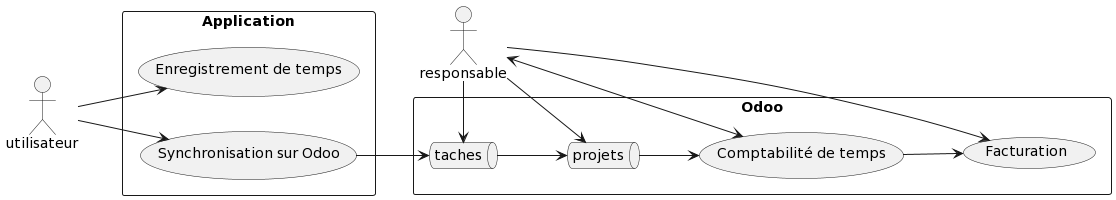
stephane-delire/SmartChrono-BC keeps this PlantUML diagram as Rapport/Documents/Assets/diagrammes/useCase.png. Above is the earlier version.
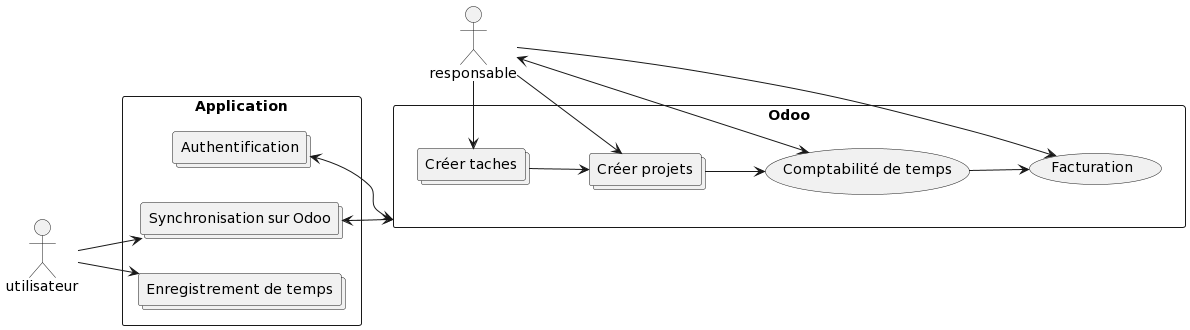
Later version of the same file.

What changed in the source:
```diff
@@ -5,13 +5,15 @@
 actor responsable
 
 rectangle Application {
-usecase "Enregistrement de temps" as UC1
-usecase "Synchronisation sur Odoo" as UC2
+collections "Authentification" as auth
+collections "Synchronisation sur Odoo" as UC2
+collections "Enregistrement de temps" as UC1
+
 }
 
 rectangle Odoo {
-queue "projets" as pj
-queue "taches" as tc
+collections "Créer projets" as pj
+collections "Créer taches" as tc
 usecase "Comptabilité de temps" as UC3
 usecase "Facturation" as UC4
 }
@@ -19,13 +21,15 @@
 utilisateur --> UC1
 utilisateur --> UC2
 
-UC2 --> tc
+
 tc --> pj
 pj --> UC3
 UC3 --> UC4
+UC2 <--> Odoo
 
 responsable --> UC4
 responsable <-> UC3
 responsable -> pj
 responsable -> tc
+auth <--> Odoo
 @enduml
```
